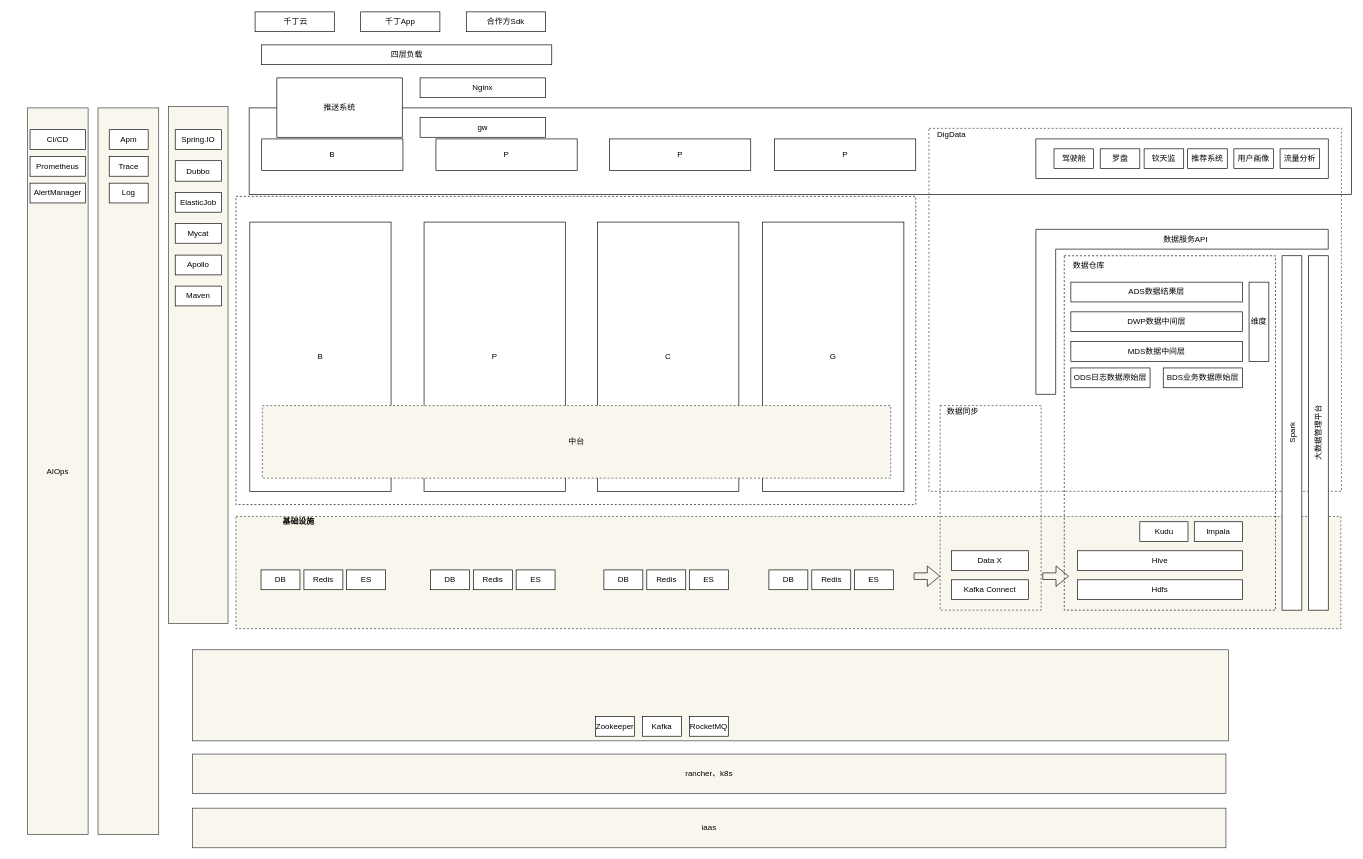
Earlier version of the draw.io diagram Untitled Diagram.drawio (polaris16/drawio). Source tidied: cells renumbered, new cells numbered last; positions are measured from the earlier drawing's top-left corner, leaving out a move shared by most shapes. Both pictures are drawn from the tidied source at 66%, with x=0, y=0 at pixel (27, 12).
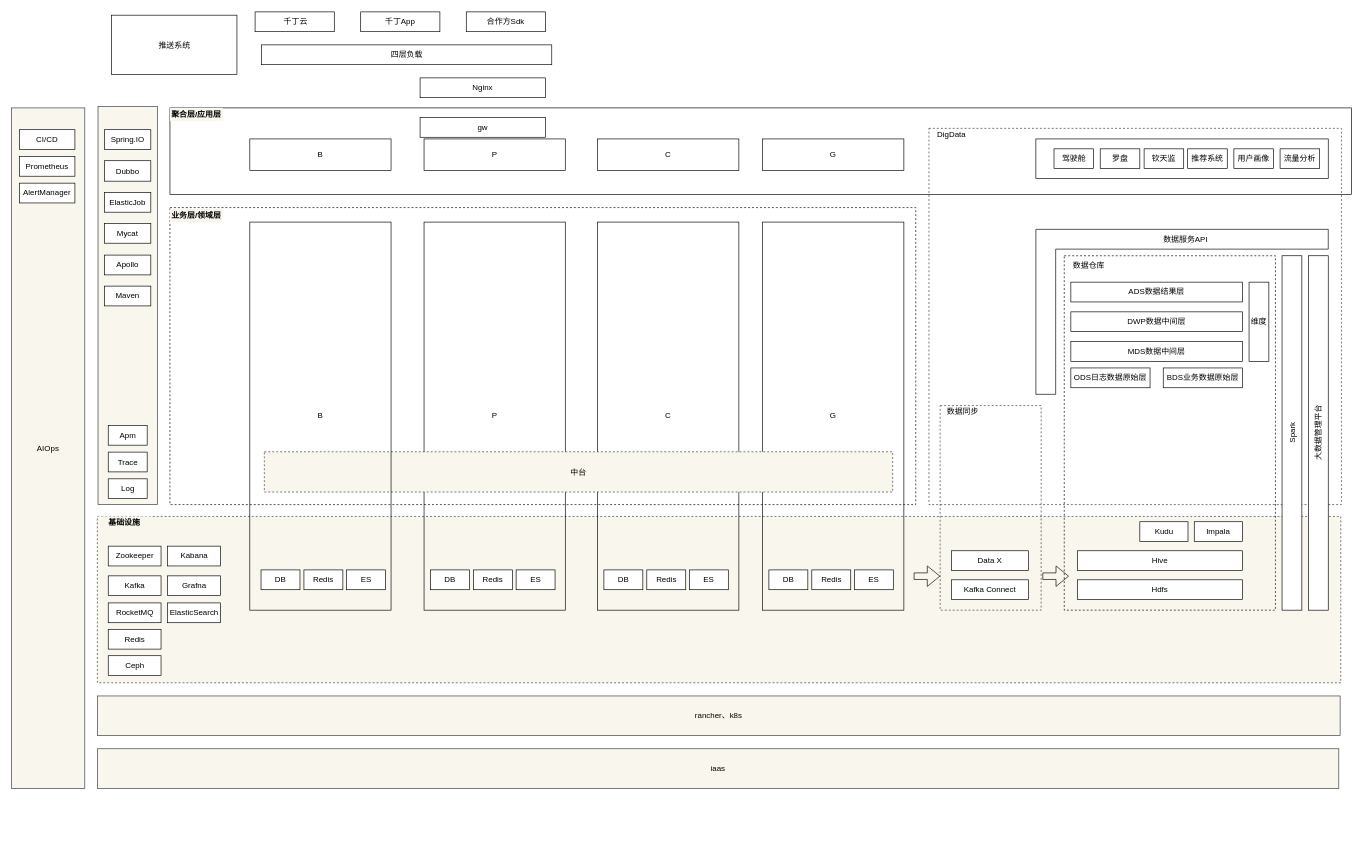
The same page after the edit.

What changed in the source:
```diff
@@
     <mxCell id="2" style="rounded=0;whiteSpace=wrap;html=1;dashed=1;fillColor=#f9f7ed;strokeColor=#36393d;" parent="1" vertex="1">
-      <mxGeometry x="316" y="764" width="1674" height="170" as="geometry" />
+      <mxGeometry x="106" y="764" width="1884" height="252" as="geometry" />
     </mxCell>
     <mxCell id="3" style="rounded=0;whiteSpace=wrap;html=1;dashed=1;" parent="1" vertex="1">
-      <mxGeometry x="316" y="279" width="1030" height="467" as="geometry" />
+      <mxGeometry x="216" y="296" width="1130" height="450" as="geometry" />
     </mxCell>
-    <mxCell id="4" style="rounded=0;whiteSpace=wrap;html=1;fillColor=#f9f7ed;strokeColor=#36393d;" parent="1" vertex="1">
-      <mxGeometry x="250" y="966" width="1570" height="138" as="geometry" />
-    </mxCell>
     <mxCell id="5" style="rounded=0;whiteSpace=wrap;html=1;" parent="1" vertex="1">
-      <mxGeometry x="336" y="145" width="1670" height="131" as="geometry" />
+      <mxGeometry x="216" y="145" width="1790" height="131" as="geometry" />
     </mxCell>
     <mxCell id="6" style="rounded=0;whiteSpace=wrap;html=1;dashed=1;fillColor=none;strokeColor=#36393d;" parent="1" vertex="1">
-      <mxGeometry x="1366" y="176" width="625" height="550" as="geometry" />
+      <mxGeometry x="1366" y="176" width="625" height="570" as="geometry" />
     </mxCell>
@@
     <mxCell id="13" value="推送系统" style="rounded=0;whiteSpace=wrap;html=1;" parent="1" vertex="1">
-      <mxGeometry x="378" y="99.5" width="190" height="90" as="geometry" />
+      <mxGeometry x="127.5" y="4.5" width="190" height="90" as="geometry" />
     </mxCell>
-    <mxCell id="14" value="B" style="rounded=0;whiteSpace=wrap;html=1;" parent="1" vertex="1">
-      <mxGeometry x="337" y="318" width="214" height="408" as="geometry" />
-    </mxCell>
@@
     <mxCell id="17" value="rancher、k8s" style="rounded=0;whiteSpace=wrap;html=1;fillColor=#f9f7ed;strokeColor=#36393d;" parent="1" vertex="1">
-      <mxGeometry x="250" y="1124" width="1566" height="60" as="geometry" />
+      <mxGeometry x="106" y="1036" width="1883" height="60" as="geometry" />
     </mxCell>
     <mxCell id="18" value="iaas" style="rounded=0;whiteSpace=wrap;html=1;fillColor=#f9f7ed;strokeColor=#36393d;" parent="1" vertex="1">
-      <mxGeometry x="250" y="1206" width="1566" height="60" as="geometry" />
+      <mxGeometry x="106" y="1116" width="1881" height="60" as="geometry" />
     </mxCell>
@@
-    <mxCell id="37" style="rounded=0;whiteSpace=wrap;html=1;fillColor=#f9f7ed;strokeColor=#36393d;" parent="1" vertex="1">
-      <mxGeometry x="107" y="145" width="92" height="1101" as="geometry" />
-    </mxCell>
@@
-    <mxCell id="39" value="G" style="rounded=0;whiteSpace=wrap;html=1;" parent="1" vertex="1">
-      <mxGeometry x="1114" y="318" width="214" height="408" as="geometry" />
+    <mxCell id="39" value="G" style="rounded=0;whiteSpace=wrap;html=1;fillColor=none;" parent="1" vertex="1">
+      <mxGeometry x="1114" y="318" width="214" height="588" as="geometry" />
     </mxCell>
@@
-    <mxCell id="43" value="Apm" style="rounded=0;whiteSpace=wrap;html=1;strokeWidth=1;" parent="1" vertex="1">
-      <mxGeometry x="124" y="178" width="59" height="30" as="geometry" />
-    </mxCell>
-    <mxCell id="44" value="Trace" style="rounded=0;whiteSpace=wrap;html=1;strokeWidth=1;" parent="1" vertex="1">
-      <mxGeometry x="124" y="218.5" width="59" height="30" as="geometry" />
-    </mxCell>
-    <mxCell id="45" value="Log" style="rounded=0;whiteSpace=wrap;html=1;strokeWidth=1;" parent="1" vertex="1">
-      <mxGeometry x="124" y="259" width="59" height="30" as="geometry" />
-    </mxCell>
     <mxCell id="46" value="AIOps" style="rounded=0;whiteSpace=wrap;html=1;fillColor=#f9f7ed;strokeColor=#36393d;" parent="1" vertex="1">
-      <mxGeometry y="145" width="92" height="1101" as="geometry" />
+      <mxGeometry x="-24" y="145" width="111" height="1031" as="geometry" />
     </mxCell>
     <mxCell id="47" style="rounded=0;whiteSpace=wrap;html=1;fillColor=#f9f7ed;strokeColor=#36393d;" parent="1" vertex="1">
-      <mxGeometry x="214" y="143" width="90" height="783" as="geometry" />
+      <mxGeometry x="107" y="143" width="90" height="603" as="geometry" />
     </mxCell>
     <mxCell id="48" value="Dubbo" style="rounded=0;whiteSpace=wrap;html=1;strokeWidth=1;" parent="1" vertex="1">
-      <mxGeometry x="224" y="225" width="70" height="31" as="geometry" />
+      <mxGeometry x="117" y="225" width="70" height="31" as="geometry" />
     </mxCell>
     <mxCell id="49" value="Spring.IO" style="rounded=0;whiteSpace=wrap;html=1;strokeWidth=1;" parent="1" vertex="1">
-      <mxGeometry x="224" y="178" width="70" height="30" as="geometry" />
+      <mxGeometry x="117" y="178" width="70" height="30" as="geometry" />
     </mxCell>
     <mxCell id="50" value="ElasticJob" style="rounded=0;whiteSpace=wrap;html=1;strokeWidth=1;" parent="1" vertex="1">
-      <mxGeometry x="224" y="273" width="70" height="30" as="geometry" />
+      <mxGeometry x="117" y="273" width="70" height="30" as="geometry" />
     </mxCell>
     <mxCell id="51" value="Mycat" style="rounded=0;whiteSpace=wrap;html=1;strokeWidth=1;" parent="1" vertex="1">
-      <mxGeometry x="224" y="320" width="70" height="30" as="geometry" />
+      <mxGeometry x="117" y="320" width="70" height="30" as="geometry" />
     </mxCell>
     <mxCell id="52" value="Apollo" style="rounded=0;whiteSpace=wrap;html=1;strokeWidth=1;" parent="1" vertex="1">
-      <mxGeometry x="224" y="368" width="70" height="30" as="geometry" />
+      <mxGeometry x="117" y="368" width="70" height="30" as="geometry" />
     </mxCell>
     <mxCell id="53" value="Maven" style="rounded=0;whiteSpace=wrap;html=1;strokeWidth=1;" parent="1" vertex="1">
-      <mxGeometry x="224" y="415" width="70" height="30" as="geometry" />
+      <mxGeometry x="117" y="415" width="70" height="30" as="geometry" />
     </mxCell>
     <mxCell id="54" value="CI/CD" style="rounded=0;whiteSpace=wrap;html=1;strokeWidth=1;" parent="1" vertex="1">
-      <mxGeometry x="4" y="178" width="84" height="30" as="geometry" />
+      <mxGeometry x="-12" y="178" width="84" height="30" as="geometry" />
     </mxCell>
     <mxCell id="55" value="Prometheus" style="rounded=0;whiteSpace=wrap;html=1;strokeWidth=1;" parent="1" vertex="1">
-      <mxGeometry x="4" y="218.5" width="84" height="30" as="geometry" />
+      <mxGeometry x="-12" y="218.5" width="84" height="30" as="geometry" />
     </mxCell>
     <mxCell id="56" value="AlertManager" style="rounded=0;whiteSpace=wrap;html=1;strokeWidth=1;" parent="1" vertex="1">
-      <mxGeometry x="4" y="259" width="84" height="30" as="geometry" />
+      <mxGeometry x="-12" y="259" width="84" height="30" as="geometry" />
     </mxCell>
     <mxCell id="57" value="Zookeeper" style="rounded=0;whiteSpace=wrap;html=1;strokeWidth=1;" parent="1" vertex="1">
-      <mxGeometry x="861" y="1067" width="59" height="30" as="geometry" />
+      <mxGeometry x="122.5" y="809" width="80" height="30" as="geometry" />
     </mxCell>
-    <mxCell id="58" value="P" style="rounded=0;whiteSpace=wrap;html=1;" parent="1" vertex="1">
-      <mxGeometry x="601" y="318" width="214" height="408" as="geometry" />
+    <mxCell id="58" value="P" style="rounded=0;whiteSpace=wrap;html=1;fillColor=none;" parent="1" vertex="1">
+      <mxGeometry x="601" y="318" width="214" height="588" as="geometry" />
     </mxCell>
-    <mxCell id="59" value="C" style="rounded=0;whiteSpace=wrap;html=1;" parent="1" vertex="1">
-      <mxGeometry x="864" y="318" width="214" height="408" as="geometry" />
+    <mxCell id="59" value="C" style="rounded=0;whiteSpace=wrap;html=1;fillColor=none;" parent="1" vertex="1">
+      <mxGeometry x="864" y="318" width="214" height="588" as="geometry" />
     </mxCell>
@@
     <mxCell id="69" value="Kafka" style="rounded=0;whiteSpace=wrap;html=1;strokeWidth=1;" parent="1" vertex="1">
-      <mxGeometry x="932" y="1067" width="59" height="30" as="geometry" />
+      <mxGeometry x="122.5" y="854" width="80" height="30" as="geometry" />
     </mxCell>
     <mxCell id="70" value="RocketMQ" style="rounded=0;whiteSpace=wrap;html=1;strokeWidth=1;" parent="1" vertex="1">
-      <mxGeometry x="1003" y="1067" width="59" height="30" as="geometry" />
+      <mxGeometry x="122.5" y="895" width="80" height="30" as="geometry" />
     </mxCell>
-    <mxCell id="71" value="&lt;b&gt;基础设施&lt;/b&gt;" style="text;html=1;strokeColor=none;fillColor=none;align=center;verticalAlign=middle;whiteSpace=wrap;rounded=0;dashed=1;" parent="1" vertex="1">
-      <mxGeometry x="356" y="762" width="110" height="20" as="geometry" />
+    <mxCell id="71" value="&lt;b&gt;基础设施&lt;/b&gt;" style="text;html=1;strokeColor=none;fillColor=#f9f7ed;align=center;verticalAlign=middle;whiteSpace=wrap;rounded=0;dashed=1;" parent="1" vertex="1">
+      <mxGeometry x="107" y="764" width="80" height="20" as="geometry" />
     </mxCell>
     <mxCell id="72" value="中台" style="rounded=0;whiteSpace=wrap;html=1;dashed=1;fillColor=#f9f7ed;strokeColor=#36393d;" parent="1" vertex="1">
-      <mxGeometry x="356" y="596" width="952" height="110" as="geometry" />
+      <mxGeometry x="359" y="666" width="952" height="61" as="geometry" />
     </mxCell>
@@
-    <mxCell id="80" style="shape=flexArrow;endArrow=classic;html=1;" parent="1" edge="1">
-      <mxGeometry relative="1" as="geometry">
-        <mxPoint x="1343" y="854.5" as="sourcePoint" />
-        <mxPoint x="1383" y="854.5" as="targetPoint" />
-      </mxGeometry>
-    </mxCell>
-    <mxCell id="81" style="shape=flexArrow;endArrow=classic;html=1;" parent="1" edge="1">
-      <mxGeometry relative="1" as="geometry">
-        <mxPoint x="1538" y="854.5" as="sourcePoint" />
-        <mxPoint x="1578" y="854.5" as="targetPoint" />
-      </mxGeometry>
-    </mxCell>
     <mxCell id="82" value="B" style="rounded=0;whiteSpace=wrap;html=1;" parent="1" vertex="1">
-      <mxGeometry x="355" y="192" width="214" height="48" as="geometry" />
+      <mxGeometry x="337" y="192" width="214" height="48" as="geometry" />
     </mxCell>
     <mxCell id="83" value="P" style="rounded=0;whiteSpace=wrap;html=1;" parent="1" vertex="1">
-      <mxGeometry x="619" y="192" width="214" height="48" as="geometry" />
+      <mxGeometry x="601" y="192" width="214" height="48" as="geometry" />
     </mxCell>
-    <mxCell id="84" value="P" style="rounded=0;whiteSpace=wrap;html=1;" parent="1" vertex="1">
-      <mxGeometry x="882" y="192" width="214" height="48" as="geometry" />
+    <mxCell id="84" value="C" style="rounded=0;whiteSpace=wrap;html=1;" parent="1" vertex="1">
+      <mxGeometry x="864" y="192" width="214" height="48" as="geometry" />
     </mxCell>
-    <mxCell id="85" value="P" style="rounded=0;whiteSpace=wrap;html=1;" parent="1" vertex="1">
-      <mxGeometry x="1132" y="192" width="214" height="48" as="geometry" />
+    <mxCell id="85" value="G" style="rounded=0;whiteSpace=wrap;html=1;" parent="1" vertex="1">
+      <mxGeometry x="1114" y="192" width="214" height="48" as="geometry" />
     </mxCell>
+    <mxCell id="80" style="shape=flexArrow;endArrow=classic;html=1;" parent="1" edge="1">
+      <mxGeometry relative="1" as="geometry">
+        <mxPoint x="1343" y="854.5" as="sourcePoint" />
+        <mxPoint x="1383" y="854.5" as="targetPoint" />
+      </mxGeometry>
+    </mxCell>
+    <mxCell id="81" style="shape=flexArrow;endArrow=classic;html=1;" parent="1" edge="1">
+      <mxGeometry relative="1" as="geometry">
+        <mxPoint x="1538" y="854.5" as="sourcePoint" />
+        <mxPoint x="1578" y="854.5" as="targetPoint" />
+      </mxGeometry>
+    </mxCell>
+    <mxCell id="43" value="Apm" style="rounded=0;whiteSpace=wrap;html=1;strokeWidth=1;" parent="1" vertex="1">
+      <mxGeometry x="122.5" y="626" width="59" height="30" as="geometry" />
+    </mxCell>
+    <mxCell id="44" value="Trace" style="rounded=0;whiteSpace=wrap;html=1;strokeWidth=1;" parent="1" vertex="1">
+      <mxGeometry x="122.5" y="666.5" width="59" height="30" as="geometry" />
+    </mxCell>
+    <mxCell id="45" value="Log" style="rounded=0;whiteSpace=wrap;html=1;strokeWidth=1;" parent="1" vertex="1">
+      <mxGeometry x="122.5" y="707" width="59" height="30" as="geometry" />
+    </mxCell>
+    <mxCell id="14" value="B" style="rounded=0;whiteSpace=wrap;html=1;fillColor=none;" parent="1" vertex="1">
+      <mxGeometry x="337" y="318" width="214" height="588" as="geometry" />
+    </mxCell>
+    <mxCell id="86" value="&lt;b&gt;业务层/领域层&lt;/b&gt;" style="text;html=1;strokeColor=none;fillColor=#f9f7ed;align=center;verticalAlign=middle;whiteSpace=wrap;rounded=0;dashed=1;" parent="1" vertex="1">
+      <mxGeometry x="216" y="298" width="80" height="20" as="geometry" />
+    </mxCell>
+    <mxCell id="87" value="&lt;b&gt;聚合层/应用层&lt;/b&gt;" style="text;html=1;strokeColor=none;fillColor=#f9f7ed;align=center;verticalAlign=middle;whiteSpace=wrap;rounded=0;dashed=1;" parent="1" vertex="1">
+      <mxGeometry x="216" y="145" width="80" height="20" as="geometry" />
+    </mxCell>
+    <mxCell id="88" value="Redis" style="rounded=0;whiteSpace=wrap;html=1;strokeWidth=1;" parent="1" vertex="1">
+      <mxGeometry x="122.5" y="935" width="80" height="30" as="geometry" />
+    </mxCell>
+    <mxCell id="89" value="Ceph" style="rounded=0;whiteSpace=wrap;html=1;strokeWidth=1;" parent="1" vertex="1">
+      <mxGeometry x="122.5" y="975" width="80" height="30" as="geometry" />
+    </mxCell>
+    <mxCell id="90" value="Kabana" style="rounded=0;whiteSpace=wrap;html=1;strokeWidth=1;" parent="1" vertex="1">
+      <mxGeometry x="212.5" y="809" width="80" height="30" as="geometry" />
+    </mxCell>
+    <mxCell id="91" value="Grafna" style="rounded=0;whiteSpace=wrap;html=1;strokeWidth=1;" parent="1" vertex="1">
+      <mxGeometry x="212.5" y="854" width="80" height="30" as="geometry" />
+    </mxCell>
+    <mxCell id="92" value="ElasticSearch" style="rounded=0;whiteSpace=wrap;html=1;strokeWidth=1;" parent="1" vertex="1">
+      <mxGeometry x="212.5" y="895" width="80" height="30" as="geometry" />
+    </mxCell>
```
